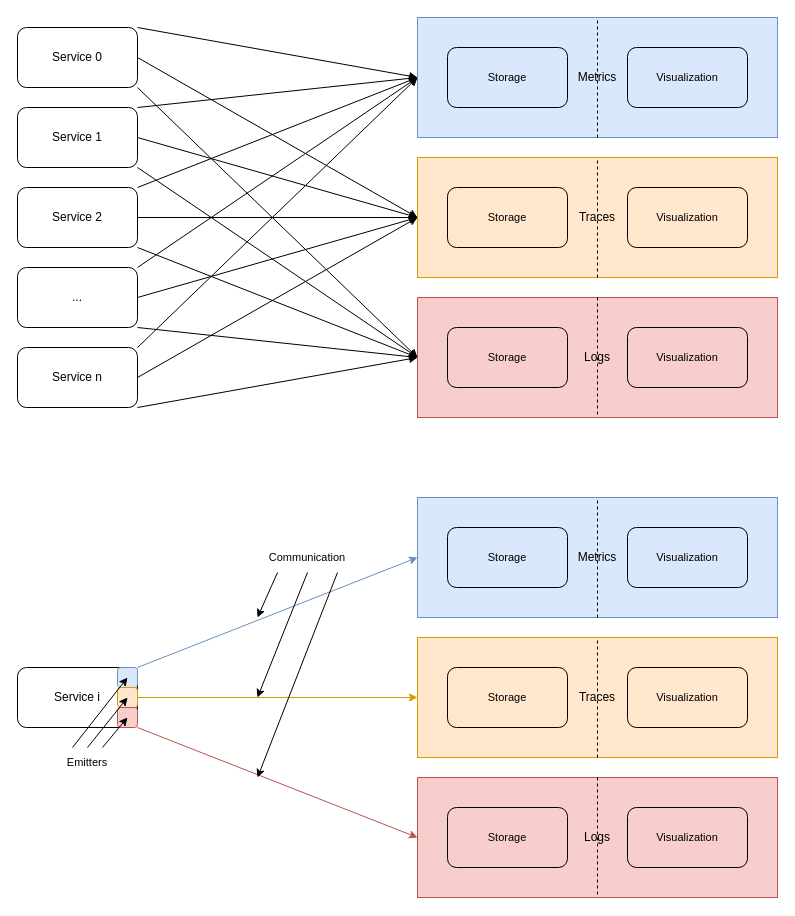
nastye/drawio-diagrams keeps this draw.io diagram as architecture-observability-abstract.drawio. Above is the earlier version. Source tidied: cells renumbered, new cells numbered last; positions are measured from the earlier drawing's top-left corner, leaving out a move shared by most shapes. Both pictures are drawn from the tidied source at 100%, with x=0, y=0 at pixel (17, 17).
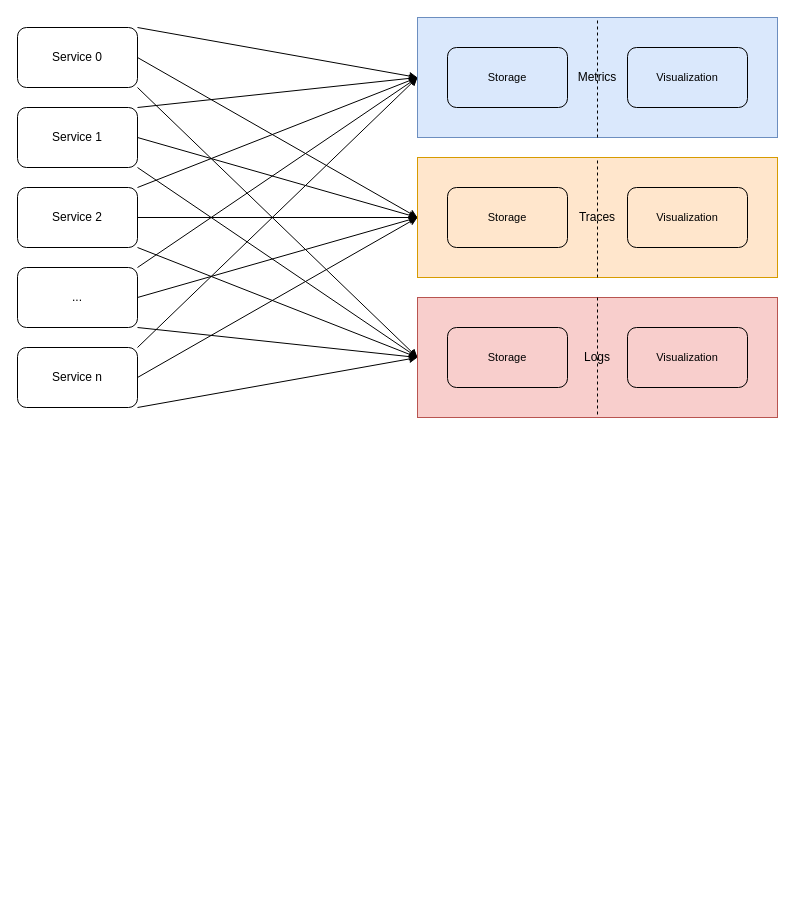
The same diagram, later.

Diff of the diagram source:
```diff
@@
-    <mxCell id="25" style="rounded=0;jettySize=auto;html=1;exitX=1;exitY=0;exitDx=0;exitDy=0;entryX=0;entryY=0.5;entryDx=0;entryDy=0;startArrow=none;startFill=0;endArrow=classic;endFill=1;fillColor=#dae8fc;strokeColor=#6c8ebf;" parent="1" edge="1" source="28" target="29">
-      <mxGeometry relative="1" as="geometry" />
-    </mxCell>
-    <mxCell id="26" style="rounded=0;jettySize=auto;html=1;exitX=1;exitY=0.5;exitDx=0;exitDy=0;entryX=0;entryY=0.5;entryDx=0;entryDy=0;fillColor=#ffe6cc;strokeColor=#d79b00;" parent="1" edge="1" source="28" target="30">
-      <mxGeometry relative="1" as="geometry" />
-    </mxCell>
-    <mxCell id="27" style="edgeStyle=none;shape=connector;rounded=0;jettySize=auto;html=1;exitX=1;exitY=1;exitDx=0;exitDy=0;entryX=0;entryY=0.5;entryDx=0;entryDy=0;labelBackgroundColor=default;strokeColor=#b85450;align=center;verticalAlign=middle;fontFamily=Helvetica;fontSize=11;fontColor=default;endArrow=classic;fillColor=#f8cecc;" parent="1" edge="1" source="28" target="31">
-      <mxGeometry relative="1" as="geometry" />
-    </mxCell>
-    <mxCell id="28" value="&lt;div&gt;Service i&lt;/div&gt;" style="rounded=1;whiteSpace=wrap;html=1;" parent="1" vertex="1">
-      <mxGeometry y="650" width="120" height="60" as="geometry" />
-    </mxCell>
-    <mxCell id="29" value="Metrics" style="rounded=0;whiteSpace=wrap;html=1;fillColor=#dae8fc;strokeColor=#6c8ebf;" parent="1" vertex="1">
-      <mxGeometry x="400" y="480" width="360" height="120" as="geometry" />
-    </mxCell>
-    <mxCell id="30" value="Traces" style="rounded=0;whiteSpace=wrap;html=1;fillColor=#ffe6cc;strokeColor=#d79b00;" parent="1" vertex="1">
-      <mxGeometry x="400" y="620" width="360" height="120" as="geometry" />
-    </mxCell>
-    <mxCell id="31" value="Logs" style="rounded=0;whiteSpace=wrap;html=1;fillColor=#f8cecc;strokeColor=#b85450;" parent="1" vertex="1">
-      <mxGeometry x="400" y="760" width="360" height="120" as="geometry" />
-    </mxCell>
-    <mxCell id="32" style="rounded=1;whiteSpace=wrap;html=1;fontFamily=Helvetica;fontSize=11;fillColor=#dae8fc;strokeColor=#6c8ebf;" parent="1" vertex="1">
-      <mxGeometry x="100" y="650" width="20" height="20" as="geometry" />
-    </mxCell>
-    <mxCell id="33" style="rounded=1;whiteSpace=wrap;html=1;fontFamily=Helvetica;fontSize=11;fillColor=#ffe6cc;strokeColor=#d79b00;" parent="1" vertex="1">
-      <mxGeometry x="100" y="670" width="20" height="20" as="geometry" />
-    </mxCell>
-    <mxCell id="34" style="rounded=1;whiteSpace=wrap;html=1;fontFamily=Helvetica;fontSize=11;fillColor=#f8cecc;strokeColor=#b85450;" parent="1" vertex="1">
-      <mxGeometry x="100" y="690" width="20" height="20" as="geometry" />
-    </mxCell>
-    <mxCell id="35" style="edgeStyle=none;shape=connector;rounded=0;jettySize=auto;html=1;exitX=0.75;exitY=0;exitDx=0;exitDy=0;labelBackgroundColor=default;strokeColor=default;align=center;verticalAlign=middle;fontFamily=Helvetica;fontSize=11;fontColor=default;endArrow=classic;entryX=0.5;entryY=0.5;entryDx=0;entryDy=0;entryPerimeter=0;" parent="1" edge="1" source="38" target="34">
-      <mxGeometry relative="1" as="geometry" />
-    </mxCell>
-    <mxCell id="36" style="edgeStyle=none;shape=connector;rounded=0;jettySize=auto;html=1;exitX=0.5;exitY=0;exitDx=0;exitDy=0;labelBackgroundColor=default;strokeColor=default;align=center;verticalAlign=middle;fontFamily=Helvetica;fontSize=11;fontColor=default;endArrow=classic;entryX=0.5;entryY=0.5;entryDx=0;entryDy=0;entryPerimeter=0;" parent="1" edge="1" source="38" target="33">
-      <mxGeometry relative="1" as="geometry" />
-    </mxCell>
-    <mxCell id="37" style="edgeStyle=none;shape=connector;rounded=0;jettySize=auto;html=1;exitX=0.25;exitY=0;exitDx=0;exitDy=0;entryX=0.5;entryY=0.5;entryDx=0;entryDy=0;labelBackgroundColor=default;strokeColor=default;align=center;verticalAlign=middle;fontFamily=Helvetica;fontSize=11;fontColor=default;endArrow=classic;entryPerimeter=0;" parent="1" edge="1" source="38" target="32">
-      <mxGeometry relative="1" as="geometry" />
-    </mxCell>
-    <mxCell id="38" value="Emitters" style="text;html=1;strokeColor=none;fillColor=none;align=center;verticalAlign=middle;whiteSpace=wrap;rounded=0;fontFamily=Helvetica;fontSize=11;fontColor=default;" parent="1" vertex="1">
-      <mxGeometry x="40" y="730" width="60" height="30" as="geometry" />
-    </mxCell>
-    <mxCell id="39" style="edgeStyle=none;shape=connector;rounded=0;jettySize=auto;html=1;exitX=0.75;exitY=1;exitDx=0;exitDy=0;labelBackgroundColor=default;strokeColor=default;align=center;verticalAlign=middle;fontFamily=Helvetica;fontSize=11;fontColor=default;endArrow=classic;" parent="1" edge="1" source="42">
-      <mxGeometry relative="1" as="geometry">
-        <mxPoint x="240" y="760" as="targetPoint" />
-      </mxGeometry>
-    </mxCell>
-    <mxCell id="40" style="edgeStyle=none;shape=connector;rounded=0;jettySize=auto;html=1;exitX=0.5;exitY=1;exitDx=0;exitDy=0;labelBackgroundColor=default;strokeColor=default;align=center;verticalAlign=middle;fontFamily=Helvetica;fontSize=11;fontColor=default;endArrow=classic;" parent="1" edge="1" source="42">
-      <mxGeometry relative="1" as="geometry">
-        <mxPoint x="240" y="680" as="targetPoint" />
-      </mxGeometry>
-    </mxCell>
-    <mxCell id="41" style="edgeStyle=none;shape=connector;rounded=0;jettySize=auto;html=1;exitX=0.25;exitY=1;exitDx=0;exitDy=0;labelBackgroundColor=default;strokeColor=default;align=center;verticalAlign=middle;fontFamily=Helvetica;fontSize=11;fontColor=default;endArrow=classic;" parent="1" edge="1" source="42">
-      <mxGeometry relative="1" as="geometry">
-        <mxPoint x="240" y="600" as="targetPoint" />
-      </mxGeometry>
-    </mxCell>
-    <mxCell id="42" value="Communication" style="text;html=1;strokeColor=none;fillColor=none;align=center;verticalAlign=middle;whiteSpace=wrap;rounded=0;fontFamily=Helvetica;fontSize=11;fontColor=default;" parent="1" vertex="1">
-      <mxGeometry x="230" y="525" width="120" height="30" as="geometry" />
-    </mxCell>
-    <mxCell id="43" style="edgeStyle=none;shape=connector;rounded=0;jettySize=auto;html=1;exitX=0;exitY=0.5;exitDx=0;exitDy=0;entryX=0.583;entryY=0.5;entryDx=0;entryDy=0;entryPerimeter=0;labelBackgroundColor=default;strokeColor=default;align=center;verticalAlign=middle;fontFamily=Helvetica;fontSize=11;fontColor=default;endArrow=classic;" parent="1" edge="1" source="50" target="30">
-      <mxGeometry relative="1" as="geometry" />
-    </mxCell>
-    <mxCell id="44" style="endArrow=none;dashed=1;html=1;rounded=0;labelBackgroundColor=default;strokeColor=default;align=center;verticalAlign=middle;fontFamily=Helvetica;fontSize=11;fontColor=default;shape=connector;entryX=0.5;entryY=0;entryDx=0;entryDy=0;exitX=0.5;exitY=1;exitDx=0;exitDy=0;" parent="1" edge="1" source="29" target="29">
-      <mxGeometry relative="1" as="geometry" />
-    </mxCell>
-    <mxCell id="45" style="endArrow=none;dashed=1;html=1;rounded=0;labelBackgroundColor=default;strokeColor=default;align=center;verticalAlign=middle;fontFamily=Helvetica;fontSize=11;fontColor=default;shape=connector;exitX=0.5;exitY=1;exitDx=0;exitDy=0;entryX=0.5;entryY=0;entryDx=0;entryDy=0;" parent="1" edge="1" source="30" target="30">
-      <mxGeometry relative="1" as="geometry" />
-    </mxCell>
-    <mxCell id="46" style="endArrow=none;dashed=1;html=1;rounded=0;labelBackgroundColor=default;strokeColor=default;align=center;verticalAlign=middle;fontFamily=Helvetica;fontSize=11;fontColor=default;shape=connector;entryX=0.5;entryY=1;entryDx=0;entryDy=0;exitX=0.5;exitY=0;exitDx=0;exitDy=0;" parent="1" edge="1" source="31" target="31">
-      <mxGeometry relative="1" as="geometry" />
-    </mxCell>
-    <mxCell id="47" value="Storage" style="rounded=1;whiteSpace=wrap;html=1;fontFamily=Helvetica;fontSize=11;fontColor=default;fillColor=none;" parent="1" vertex="1">
-      <mxGeometry x="430" y="510" width="120" height="60" as="geometry" />
-    </mxCell>
-    <mxCell id="48" value="Visualization" style="rounded=1;whiteSpace=wrap;html=1;fontFamily=Helvetica;fontSize=11;fontColor=default;fillColor=none;" parent="1" vertex="1">
-      <mxGeometry x="610" y="510" width="120" height="60" as="geometry" />
-    </mxCell>
-    <mxCell id="49" value="Storage" style="rounded=1;whiteSpace=wrap;html=1;fontFamily=Helvetica;fontSize=11;fontColor=default;fillColor=none;" parent="1" vertex="1">
-      <mxGeometry x="430" y="650" width="120" height="60" as="geometry" />
-    </mxCell>
-    <mxCell id="50" value="Visualization" style="rounded=1;whiteSpace=wrap;html=1;fontFamily=Helvetica;fontSize=11;fontColor=default;fillColor=none;" parent="1" vertex="1">
-      <mxGeometry x="610" y="650" width="120" height="60" as="geometry" />
-    </mxCell>
-    <mxCell id="51" value="Storage" style="rounded=1;whiteSpace=wrap;html=1;fontFamily=Helvetica;fontSize=11;fontColor=default;fillColor=none;" parent="1" vertex="1">
-      <mxGeometry x="430" y="790" width="120" height="60" as="geometry" />
-    </mxCell>
-    <mxCell id="52" value="Visualization" style="rounded=1;whiteSpace=wrap;html=1;fontFamily=Helvetica;fontSize=11;fontColor=default;fillColor=none;" parent="1" vertex="1">
-      <mxGeometry x="610" y="790" width="120" height="60" as="geometry" />
-    </mxCell>
```
